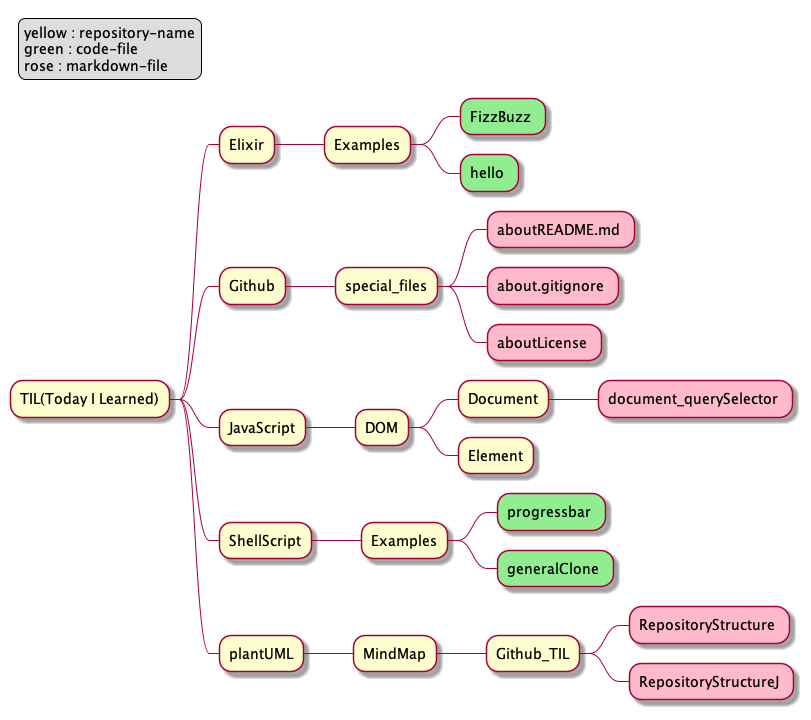
Above: RepositoryStructure.png in sudo-roa/TIL (PlantUML), before the change.
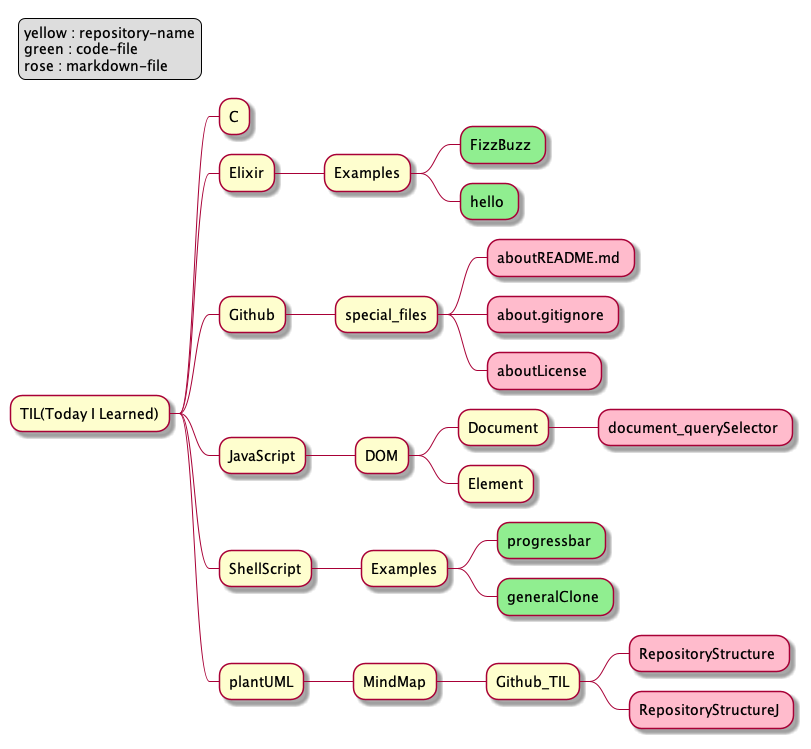
Above is the later version.

Change to the diagram source:
```diff
@@ -11,6 +11,8 @@
 </style>
 
 * TIL(Today I Learned)
+
+** C
 
 ** Elixir
 *** Examples
```
